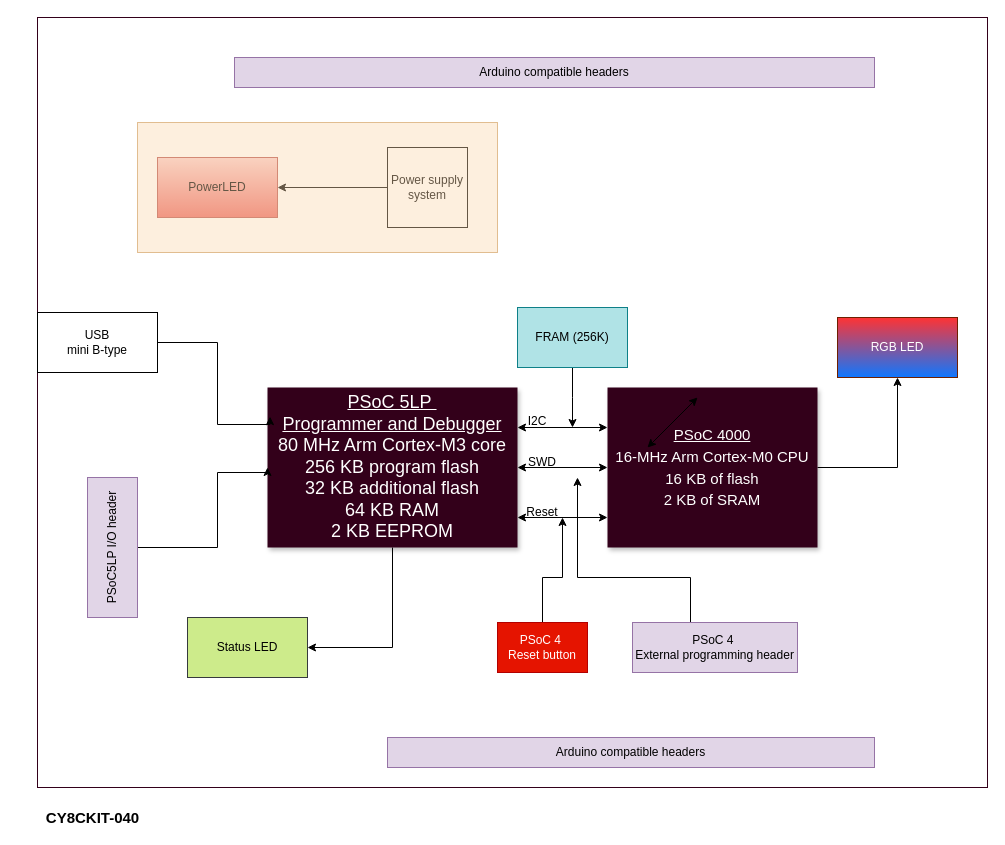
The draw.io diagram assignments/week_2/assets/hw_bd_cy8ckit-040.drawio in kambadur/making_embedded_systems, before the edit. Source tidied: cells renumbered, new cells numbered last; positions are measured from the earlier drawing's top-left corner, leaving out a move shared by most shapes. Both pictures are drawn from the tidied source at 100%, with x=0, y=0 at pixel (37, 17).
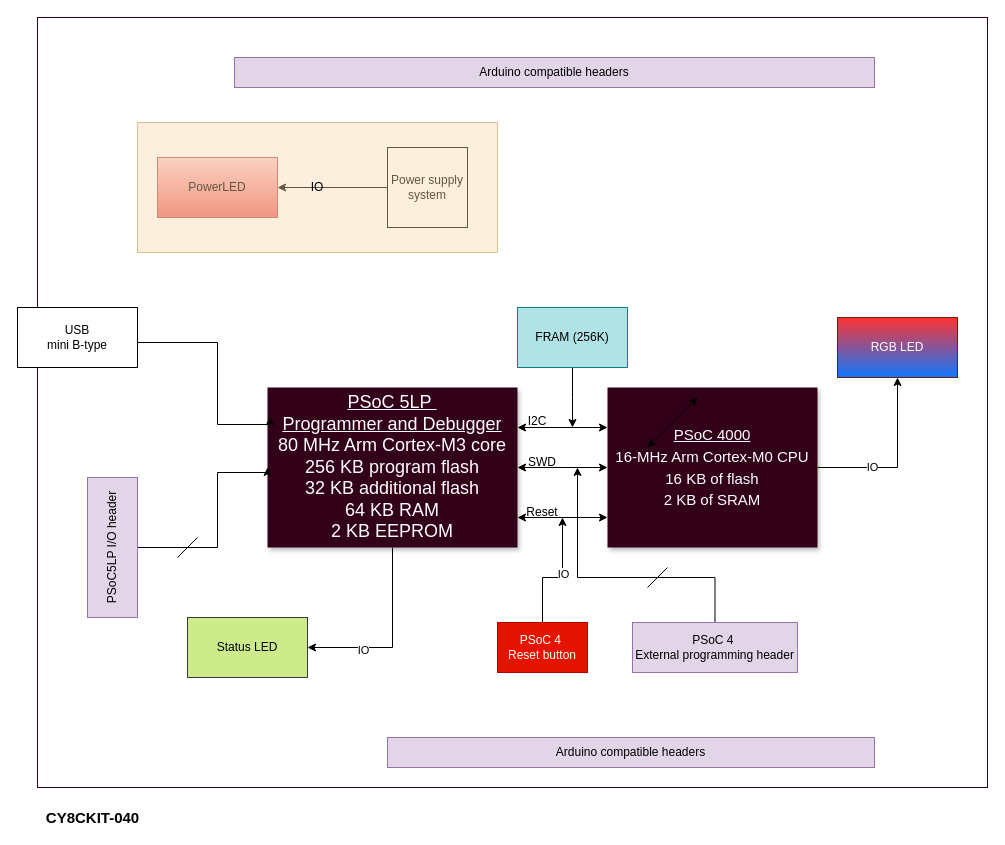
Above is the later version.

Unchanged cells that the change refers to:
```xml
<mxCell id="3" style="edgeStyle=orthogonalEdgeStyle;rounded=0;jettySize=auto;html=1;" parent="1" edge="1" source="4" target="9">
  <mxGeometry relative="1" as="geometry" />
</mxCell>
<mxCell id="5" style="edgeStyle=orthogonalEdgeStyle;rounded=0;jettySize=auto;html=1;entryX=1;entryY=0.5;entryDx=0;entryDy=0;exitX=0.5;exitY=1;exitDx=0;exitDy=0;" parent="1" edge="1" source="6" target="18">
  <mxGeometry relative="1" as="geometry" />
</mxCell>
<mxCell id="10" style="edgeStyle=orthogonalEdgeStyle;rounded=0;jettySize=auto;html=1;" parent="1" edge="1" source="11">
  <mxGeometry relative="1" as="geometry">
    <mxPoint x="525" y="500" as="targetPoint" />
    <Array as="points">
      <mxPoint x="505" y="560" />
      <mxPoint x="525" y="560" />
    </Array>
  </mxGeometry>
</mxCell>
<mxCell id="24" value="PSoC 4&amp;nbsp;&lt;br&gt;External programming header" style="rounded=0;whiteSpace=wrap;html=1;fillColor=#e1d5e7;strokeColor=#9673a6;" parent="1" vertex="1">
  <mxGeometry x="595" y="605" width="165" height="50" as="geometry" />
</mxCell>
```

Change to the diagram source:
```diff
@@
+    <mxCell id="33" value="IO" style="edgeLabel;html=1;align=center;verticalAlign=middle;" parent="3" vertex="1">
+      <mxGeometry x="-0.36" y="1" relative="1" as="geometry" />
+    </mxCell>
@@
+    <mxCell id="34" value="IO" style="edgeLabel;html=1;align=center;verticalAlign=middle;" parent="5" vertex="1">
+      <mxGeometry x="0.41" y="2" relative="1" as="geometry" />
+    </mxCell>
@@
+    <mxCell id="35" value="IO" style="edgeLabel;html=1;align=center;verticalAlign=middle;" parent="10" vertex="1">
+      <mxGeometry x="0.1" relative="1" as="geometry" />
+    </mxCell>
@@
     <mxCell id="13" value="USB&lt;br&gt;mini B-type" style="rounded=0;whiteSpace=wrap;html=1;" parent="1" vertex="1">
-      <mxGeometry y="295" width="120" height="60" as="geometry" />
+      <mxGeometry x="-20" y="290" width="120" height="60" as="geometry" />
     </mxCell>
@@
     <mxCell id="23" style="edgeStyle=orthogonalEdgeStyle;rounded=0;jettySize=auto;html=1;exitX=0.5;exitY=0;exitDx=0;exitDy=0;" parent="1" edge="1" source="24">
       <mxGeometry relative="1" as="geometry">
-        <mxPoint x="540" y="460" as="targetPoint" />
+        <mxPoint x="540" y="450" as="targetPoint" />
         <Array as="points">
-          <mxPoint x="653" y="560" />
+          <mxPoint x="678" y="560" />
           <mxPoint x="540" y="560" />
+          <mxPoint x="540" y="453" />
         </Array>
       </mxGeometry>
     </mxCell>
@@
-    <mxCell id="28" style="rounded=0;whiteSpace=wrap;html=1;fillColor=#fad7ac;strokeColor=#b46504;gradientColor=none;opacity=40;" parent="1" vertex="1">
+    <mxCell id="28" value="IO" style="rounded=0;whiteSpace=wrap;html=1;fillColor=#fad7ac;strokeColor=#b46504;gradientColor=none;opacity=40;" parent="1" vertex="1">
       <mxGeometry x="100" y="105" width="360" height="130" as="geometry" />
     </mxCell>
@@
+    <mxCell id="36" style="endArrow=none;html=1;rounded=0;" parent="1" edge="1">
+      <mxGeometry relative="1" as="geometry">
+        <mxPoint x="610" y="570" as="sourcePoint" />
+        <mxPoint x="630" y="550" as="targetPoint" />
+      </mxGeometry>
+    </mxCell>
+    <mxCell id="37" style="endArrow=none;html=1;rounded=0;" parent="1" edge="1">
+      <mxGeometry relative="1" as="geometry">
+        <mxPoint x="140" y="540" as="sourcePoint" />
+        <mxPoint x="160" y="520" as="targetPoint" />
+      </mxGeometry>
+    </mxCell>
```
